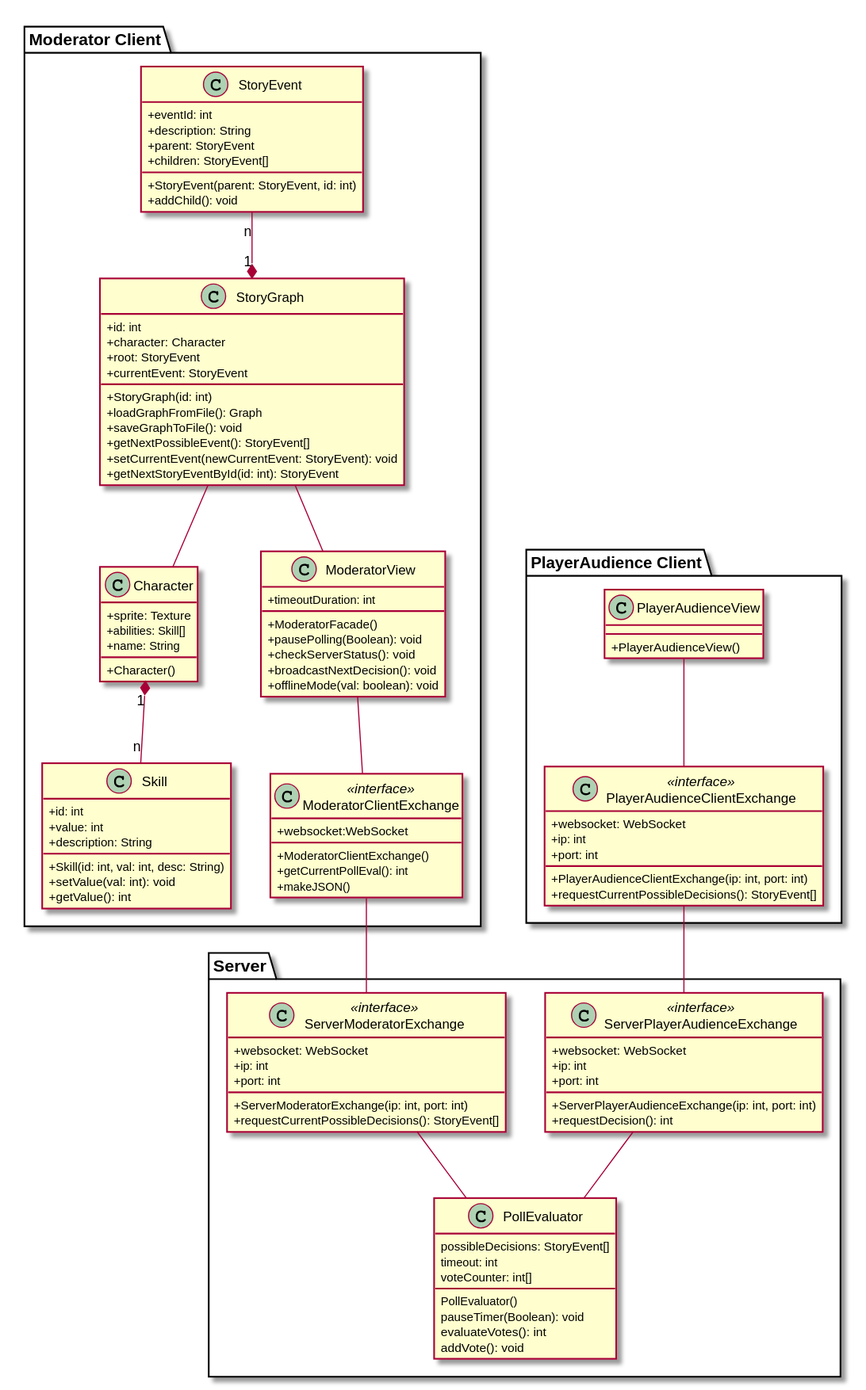
Brotenko/QualityQuest keeps this PlantUML diagram as Docs/Technical Specifications/docs/diagrams/ClassDiagram.svg. Above is the earlier version.
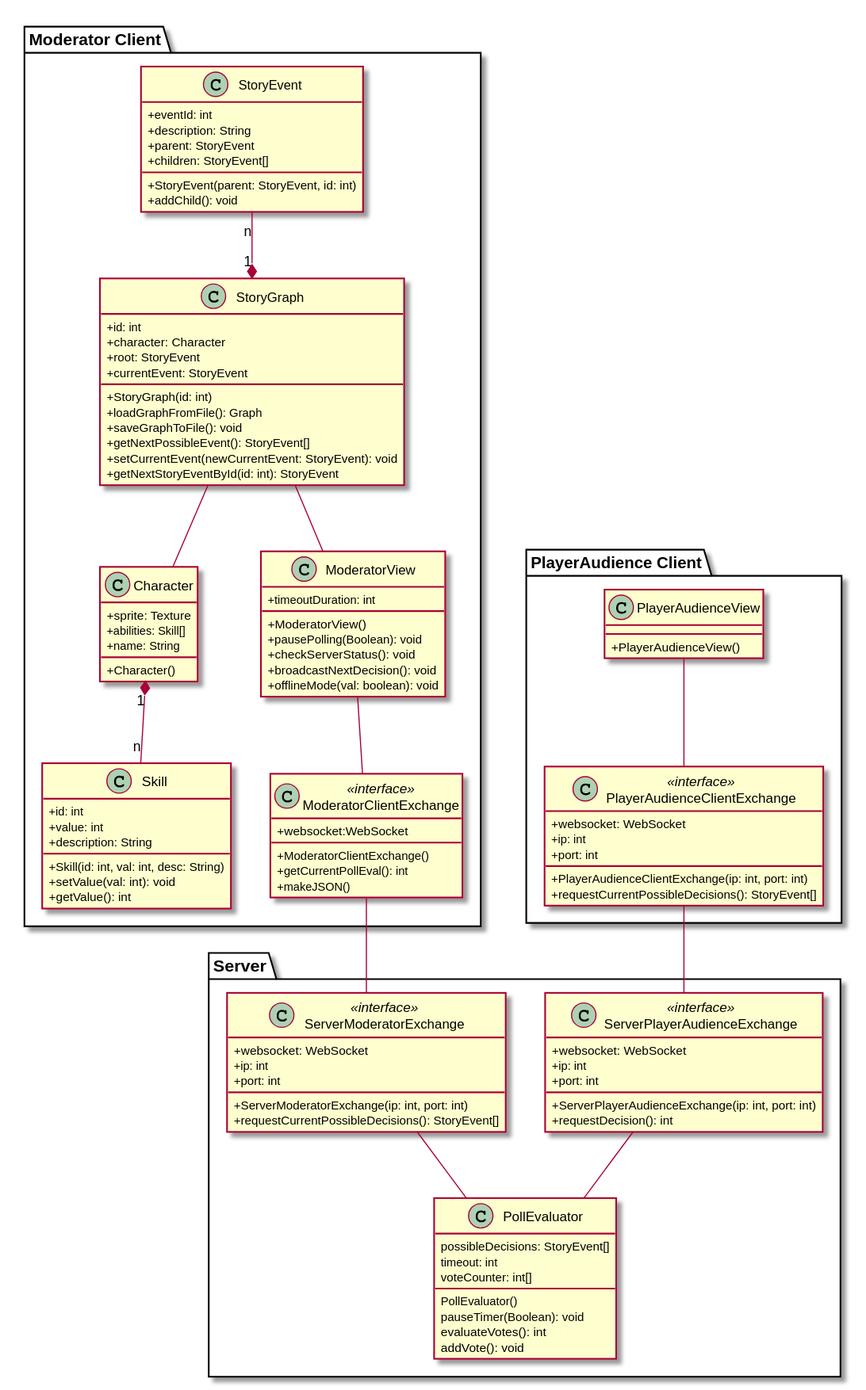
After the change.

Commit message:
Fixed the issue of the method name being wrong.

Diff of the diagram source:
```diff
@@ -44,7 +44,7 @@
 
   class "ModeratorView" as mf {
     {field} +timeoutDuration: int
-    {method} +ModeratorFacade()
+    {method} +ModeratorView()
     {method} +pausePolling(Boolean): void
     {method} +checkServerStatus(): void
     {method} +broadcastNextDecision(): void
```
